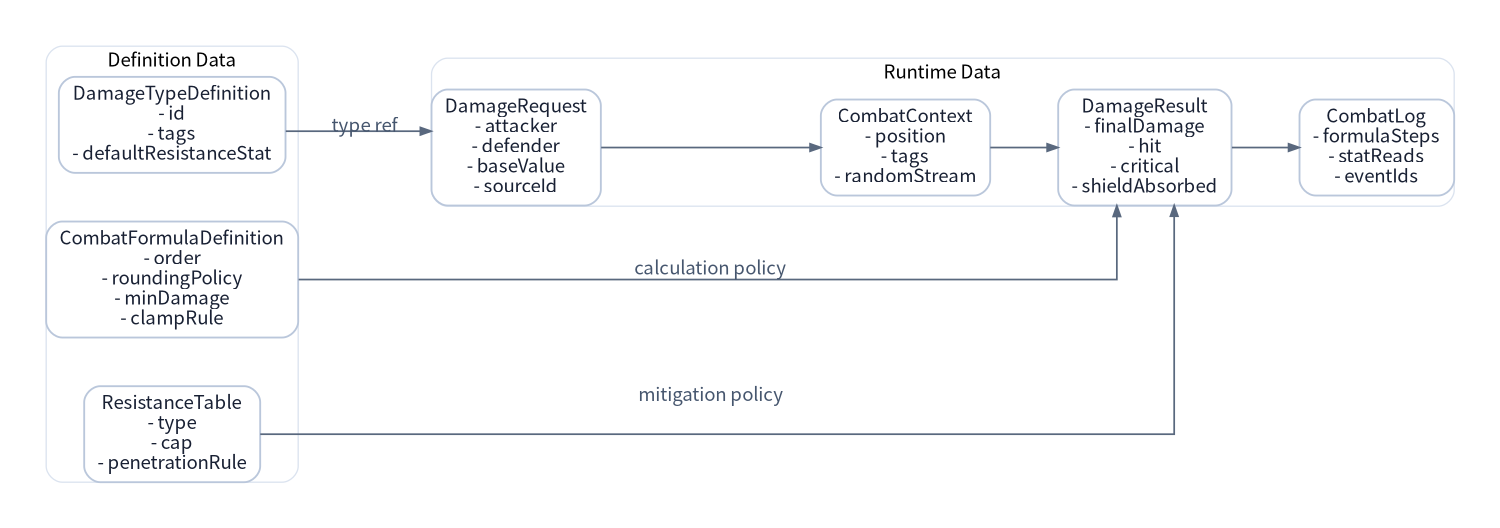
Before: assets/diagrams/25_combat_data_model_diagram.png, a diagram exported from Graphviz (JY-LemongO/game-system-framework-knowledge-site). Its source is kept beside it as source/diagrams/25_combat_data_model_diagram.dot. Its diagram source:
```dot
digraph G {
  graph [fontname="Noto Sans CJK KR", bgcolor="#ffffff", margin=0.12, pad=0.25, ranksep=0.70, nodesep=0.50];
  node [fontname="Noto Sans CJK KR", shape=box, style="rounded,filled", color="#bac7db", penwidth=1.4, fillcolor="#ffffff", fontcolor="#182033", margin="0.14,0.09"];
  edge [fontname="Noto Sans CJK KR", color="#59687e", fontcolor="#46566e", arrowsize=0.8, penwidth=1.3];
  rankdir=LR; splines=ortho;
  subgraph cluster_def { label="Definition Data"; color="#dbe3ef"; style="rounded";
    DamageTypeDefinition [label="DamageTypeDefinition
- id
- tags
- defaultResistanceStat"];
    CombatFormulaDefinition [label="CombatFormulaDefinition
- order
- roundingPolicy
- minDamage
- clampRule"];
    ResistanceTable [label="ResistanceTable
- type
- cap
- penetrationRule"];
  }
  subgraph cluster_runtime { label="Runtime Data"; color="#dbe3ef"; style="rounded";
    DamageRequest [label="DamageRequest
- attacker
- defender
- baseValue
- sourceId"];
    CombatContext [label="CombatContext
- position
- tags
- randomStream"];
    DamageResult [label="DamageResult
- finalDamage
- hit
- critical
- shieldAbsorbed"];
    CombatLog [label="CombatLog
- formulaSteps
- statReads
- eventIds"];
  }
  DamageTypeDefinition -> DamageRequest [label="type ref"];
  CombatFormulaDefinition -> DamageResult [label="calculation policy"];
  ResistanceTable -> DamageResult [label="mitigation policy"];
  DamageRequest -> CombatContext -> DamageResult -> CombatLog;
}
```
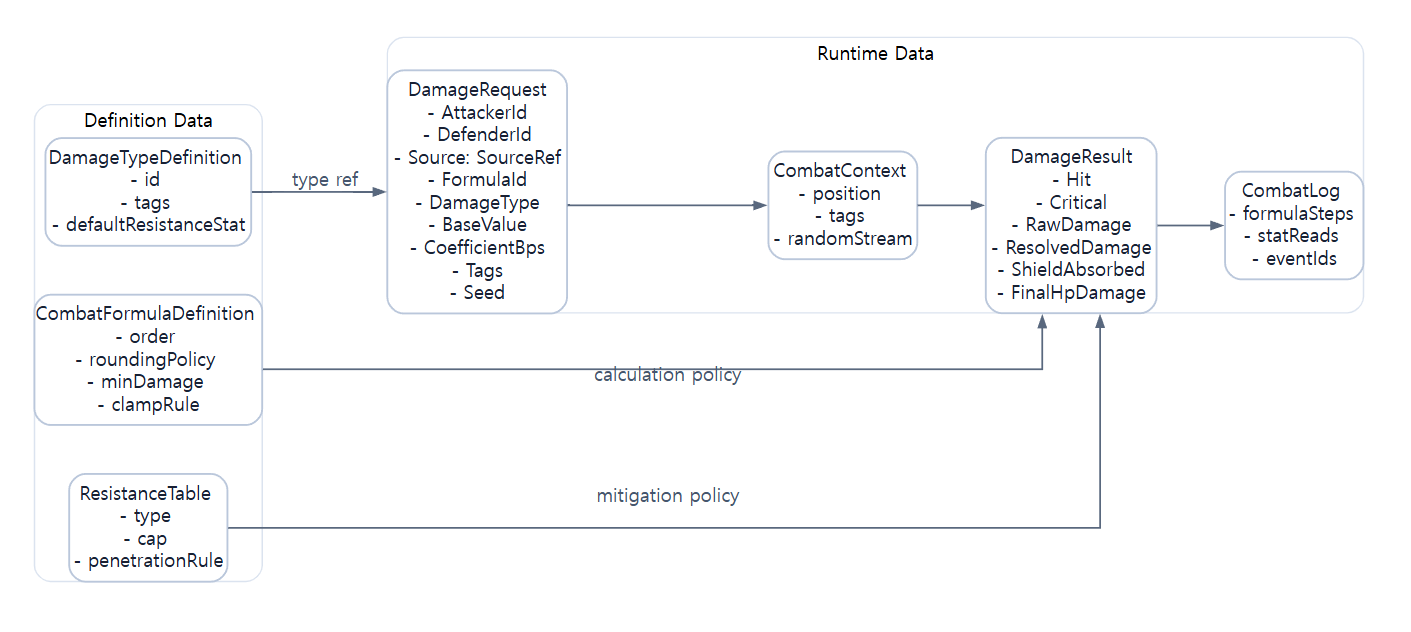
Later version of the same file.

What changed in the source:
```diff
@@ -20,19 +20,26 @@
   }
   subgraph cluster_runtime { label="Runtime Data"; color="#dbe3ef"; style="rounded";
     DamageRequest [label="DamageRequest
-- attacker
-- defender
-- baseValue
-- sourceId"];
+- AttackerId
+- DefenderId
+- Source: SourceRef
+- FormulaId
+- DamageType
+- BaseValue
+- CoefficientBps
+- Tags
+- Seed"];
     CombatContext [label="CombatContext
 - position
 - tags
 - randomStream"];
     DamageResult [label="DamageResult
-- finalDamage
-- hit
-- critical
-- shieldAbsorbed"];
+- Hit
+- Critical
+- RawDamage
+- ResolvedDamage
+- ShieldAbsorbed
+- FinalHpDamage"];
     CombatLog [label="CombatLog
 - formulaSteps
 - statReads
```
